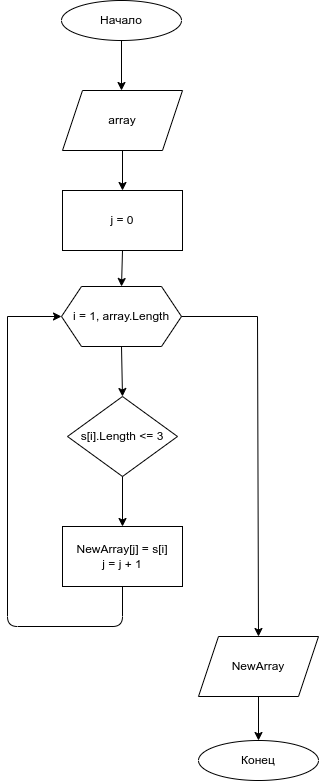
Above: BlockDiagram.drawio.png in dtnfktu/FirstQuarterControlWork (draw.io), before the change. Source tidied: cells renumbered, new cells last; positions are measured from the earlier drawing's top-left corner, leaving out a move shared by most shapes. Its diagram source:
```xml
<mxGraphModel background="#ffffff" shadow="1">
  <root>
    <mxCell id="0" />
    <mxCell id="1" parent="0" />
    <mxCell id="2" value="i = 1, array.Length" style="shape=hexagon;perimeter=hexagonPerimeter2;whiteSpace=wrap;html=1;fixedSize=1;" parent="1" vertex="1">
      <mxGeometry x="54" y="286" width="120" height="60" as="geometry" />
    </mxCell>
    <mxCell id="3" value="s[i].Length &amp;lt;= 3" style="rhombus;whiteSpace=wrap;html=1;" parent="1" vertex="1">
      <mxGeometry x="60" y="396" width="110" height="80" as="geometry" />
    </mxCell>
    <mxCell id="4" value="NewArray[j] = s[i]&lt;br&gt;j = j + 1" style="rounded=0;whiteSpace=wrap;html=1;" parent="1" vertex="1">
      <mxGeometry x="55" y="526" width="120" height="60" as="geometry" />
    </mxCell>
    <mxCell id="5" style="endArrow=none;html=1;exitX=0.5;exitY=1;exitDx=0;exitDy=0;" parent="1" edge="1" source="4">
      <mxGeometry relative="1" as="geometry">
        <mxPoint y="316" as="targetPoint" />
        <Array as="points">
          <mxPoint x="115" y="626" />
          <mxPoint y="626" />
        </Array>
      </mxGeometry>
    </mxCell>
    <mxCell id="6" style="endArrow=classic;html=1;entryX=0;entryY=0.5;entryDx=0;entryDy=0;" parent="1" edge="1" target="2">
      <mxGeometry relative="1" as="geometry">
        <mxPoint y="316" as="sourcePoint" />
      </mxGeometry>
    </mxCell>
    <mxCell id="7" style="endArrow=classic;html=1;exitX=0.5;exitY=1;exitDx=0;exitDy=0;" parent="1" edge="1">
      <mxGeometry relative="1" as="geometry">
        <mxPoint x="114" y="40" as="sourcePoint" />
        <mxPoint x="114" y="90" as="targetPoint" />
      </mxGeometry>
    </mxCell>
    <mxCell id="8" style="endArrow=classic;html=1;exitX=0.5;exitY=1;exitDx=0;exitDy=0;entryX=0.5;entryY=0;entryDx=0;entryDy=0;" parent="1" edge="1" source="2" target="3">
      <mxGeometry relative="1" as="geometry" />
    </mxCell>
    <mxCell id="9" style="endArrow=classic;html=1;exitX=0.5;exitY=1;exitDx=0;exitDy=0;entryX=0.5;entryY=0;entryDx=0;entryDy=0;" parent="1" edge="1" source="3" target="4">
      <mxGeometry relative="1" as="geometry" />
    </mxCell>
    <mxCell id="10" style="endArrow=none;html=1;exitX=1;exitY=0.5;exitDx=0;exitDy=0;" parent="1" edge="1" source="2">
      <mxGeometry relative="1" as="geometry">
        <mxPoint x="250" y="316" as="targetPoint" />
      </mxGeometry>
    </mxCell>
    <mxCell id="11" value="NewArray" style="shape=parallelogram;perimeter=parallelogramPerimeter;whiteSpace=wrap;html=1;fixedSize=1;" parent="1" vertex="1">
      <mxGeometry x="191" y="636" width="120" height="60" as="geometry" />
    </mxCell>
    <mxCell id="12" style="endArrow=classic;html=1;entryX=0.5;entryY=0;entryDx=0;entryDy=0;" parent="1" edge="1" target="11">
      <mxGeometry relative="1" as="geometry">
        <mxPoint x="250" y="316" as="sourcePoint" />
      </mxGeometry>
    </mxCell>
    <mxCell id="13" value="Начало" style="ellipse;whiteSpace=wrap;html=1;" parent="1" vertex="1">
      <mxGeometry x="54" width="120" height="40" as="geometry" />
    </mxCell>
    <mxCell id="14" value="Конец" style="ellipse;whiteSpace=wrap;html=1;" parent="1" vertex="1">
      <mxGeometry x="191" y="740" width="120" height="40" as="geometry" />
    </mxCell>
    <mxCell id="15" style="endArrow=classic;html=1;exitX=0.5;exitY=1;exitDx=0;exitDy=0;entryX=0.5;entryY=0;entryDx=0;entryDy=0;" parent="1" edge="1" source="11" target="14">
      <mxGeometry relative="1" as="geometry" />
    </mxCell>
    <mxCell id="16" value="array" style="shape=parallelogram;perimeter=parallelogramPerimeter;whiteSpace=wrap;html=1;fixedSize=1;" parent="1" vertex="1">
      <mxGeometry x="55" y="90" width="120" height="60" as="geometry" />
    </mxCell>
    <mxCell id="17" style="endArrow=classic;html=1;exitX=0.5;exitY=1;exitDx=0;exitDy=0;" parent="1" edge="1" source="16">
      <mxGeometry relative="1" as="geometry">
        <mxPoint x="115" y="190" as="targetPoint" />
      </mxGeometry>
    </mxCell>
    <mxCell id="18" value="j = 0" style="rounded=0;whiteSpace=wrap;html=1;" parent="1" vertex="1">
      <mxGeometry x="55" y="190" width="120" height="60" as="geometry" />
    </mxCell>
    <mxCell id="19" style="endArrow=classic;html=1;exitX=0.5;exitY=1;exitDx=0;exitDy=0;entryX=0.5;entryY=0;entryDx=0;entryDy=0;" parent="1" edge="1" source="18" target="2">
      <mxGeometry relative="1" as="geometry" />
    </mxCell>
  </root>
</mxGraphModel>
```
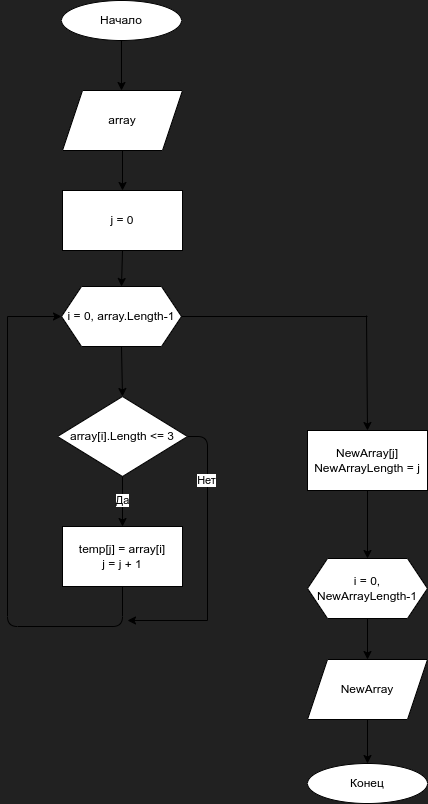
The same file after the commit.

Commit message:
Diagram and program updated

Diff of the diagram source:
```diff
@@ -1,14 +1,14 @@
-<mxGraphModel background="#ffffff" shadow="1">
+<mxGraphModel background="#212121" shadow="1">
   <root>
     <mxCell id="0" />
     <mxCell id="1" parent="0" />
-    <mxCell id="2" value="i = 1, array.Length" style="shape=hexagon;perimeter=hexagonPerimeter2;whiteSpace=wrap;html=1;fixedSize=1;" parent="1" vertex="1">
+    <mxCell id="2" value="i = 0, array.Length-1" style="shape=hexagon;perimeter=hexagonPerimeter2;whiteSpace=wrap;html=1;fixedSize=1;" parent="1" vertex="1">
       <mxGeometry x="54" y="286" width="120" height="60" as="geometry" />
     </mxCell>
-    <mxCell id="3" value="s[i].Length &amp;lt;= 3" style="rhombus;whiteSpace=wrap;html=1;" parent="1" vertex="1">
-      <mxGeometry x="60" y="396" width="110" height="80" as="geometry" />
+    <mxCell id="3" value="array[i].Length &amp;lt;= 3" style="rhombus;whiteSpace=wrap;html=1;" parent="1" vertex="1">
+      <mxGeometry x="50" y="396" width="130" height="80" as="geometry" />
     </mxCell>
-    <mxCell id="4" value="NewArray[j] = s[i]&lt;br&gt;j = j + 1" style="rounded=0;whiteSpace=wrap;html=1;" parent="1" vertex="1">
+    <mxCell id="4" value="temp[j] = array[i]&lt;br&gt;j = j + 1" style="rounded=0;whiteSpace=wrap;html=1;" parent="1" vertex="1">
       <mxGeometry x="55" y="526" width="120" height="60" as="geometry" />
     </mxCell>
     <mxCell id="5" style="endArrow=none;html=1;exitX=0.5;exitY=1;exitDx=0;exitDy=0;" parent="1" edge="1" source="4">
@@ -37,24 +37,24 @@
     <mxCell id="9" style="endArrow=classic;html=1;exitX=0.5;exitY=1;exitDx=0;exitDy=0;entryX=0.5;entryY=0;entryDx=0;entryDy=0;" parent="1" edge="1" source="3" target="4">
       <mxGeometry relative="1" as="geometry" />
     </mxCell>
+    <mxCell id="20" value="Да" style="edgeLabel;html=1;align=center;verticalAlign=middle;" parent="9" vertex="1">
+      <mxGeometry x="0.38" y="1" relative="1" as="geometry">
+        <mxPoint x="-1" y="-11" as="offset" />
+      </mxGeometry>
+    </mxCell>
     <mxCell id="10" style="endArrow=none;html=1;exitX=1;exitY=0.5;exitDx=0;exitDy=0;" parent="1" edge="1" source="2">
       <mxGeometry relative="1" as="geometry">
-        <mxPoint x="250" y="316" as="targetPoint" />
+        <mxPoint x="360" y="316" as="targetPoint" />
       </mxGeometry>
     </mxCell>
     <mxCell id="11" value="NewArray" style="shape=parallelogram;perimeter=parallelogramPerimeter;whiteSpace=wrap;html=1;fixedSize=1;" parent="1" vertex="1">
-      <mxGeometry x="191" y="636" width="120" height="60" as="geometry" />
+      <mxGeometry x="300" y="659" width="120" height="60" as="geometry" />
     </mxCell>
-    <mxCell id="12" style="endArrow=classic;html=1;entryX=0.5;entryY=0;entryDx=0;entryDy=0;" parent="1" edge="1" target="11">
-      <mxGeometry relative="1" as="geometry">
-        <mxPoint x="250" y="316" as="sourcePoint" />
-      </mxGeometry>
-    </mxCell>
     <mxCell id="13" value="Начало" style="ellipse;whiteSpace=wrap;html=1;" parent="1" vertex="1">
       <mxGeometry x="54" width="120" height="40" as="geometry" />
     </mxCell>
     <mxCell id="14" value="Конец" style="ellipse;whiteSpace=wrap;html=1;" parent="1" vertex="1">
-      <mxGeometry x="191" y="740" width="120" height="40" as="geometry" />
+      <mxGeometry x="300" y="763" width="120" height="40" as="geometry" />
     </mxCell>
     <mxCell id="15" style="endArrow=classic;html=1;exitX=0.5;exitY=1;exitDx=0;exitDy=0;entryX=0.5;entryY=0;entryDx=0;entryDy=0;" parent="1" edge="1" source="11" target="14">
       <mxGeometry relative="1" as="geometry" />
@@ -73,5 +73,39 @@
     <mxCell id="19" style="endArrow=classic;html=1;exitX=0.5;exitY=1;exitDx=0;exitDy=0;entryX=0.5;entryY=0;entryDx=0;entryDy=0;" parent="1" edge="1" source="18" target="2">
       <mxGeometry relative="1" as="geometry" />
     </mxCell>
+    <mxCell id="21" style="endArrow=none;html=1;exitX=1;exitY=0.5;exitDx=0;exitDy=0;" parent="1" edge="1" source="3">
+      <mxGeometry relative="1" as="geometry">
+        <mxPoint x="200" y="620" as="targetPoint" />
+        <Array as="points">
+          <mxPoint x="200" y="436" />
+        </Array>
+      </mxGeometry>
+    </mxCell>
+    <mxCell id="22" value="Нет" style="edgeLabel;html=1;align=center;verticalAlign=middle;" parent="21" vertex="1">
+      <mxGeometry x="-0.38" y="-1" relative="1" as="geometry" />
+    </mxCell>
+    <mxCell id="23" style="endArrow=classic;html=1;" parent="1" edge="1">
+      <mxGeometry relative="1" as="geometry">
+        <mxPoint x="200" y="620" as="sourcePoint" />
+        <mxPoint x="120" y="620" as="targetPoint" />
+      </mxGeometry>
+    </mxCell>
+    <mxCell id="24" value="i = 0, NewArrayLength-1" style="shape=hexagon;perimeter=hexagonPerimeter2;whiteSpace=wrap;html=1;fixedSize=1;" parent="1" vertex="1">
+      <mxGeometry x="300" y="558" width="120" height="60" as="geometry" />
+    </mxCell>
+    <mxCell id="25" style="endArrow=classic;html=1;entryX=0.5;entryY=0;entryDx=0;entryDy=0;" parent="1" edge="1" target="26">
+      <mxGeometry relative="1" as="geometry">
+        <mxPoint x="359" y="315" as="sourcePoint" />
+      </mxGeometry>
+    </mxCell>
+    <mxCell id="26" value="NewArray[j]&lt;br&gt;NewArrayLength = j" style="rounded=0;whiteSpace=wrap;html=1;" parent="1" vertex="1">
+      <mxGeometry x="300" y="430" width="120" height="60" as="geometry" />
+    </mxCell>
+    <mxCell id="27" style="endArrow=classic;html=1;exitX=0.5;exitY=1;exitDx=0;exitDy=0;entryX=0.5;entryY=0;entryDx=0;entryDy=0;" parent="1" edge="1" source="26" target="24">
+      <mxGeometry relative="1" as="geometry" />
+    </mxCell>
+    <mxCell id="28" style="endArrow=classic;html=1;exitX=0.5;exitY=1;exitDx=0;exitDy=0;entryX=0.5;entryY=0;entryDx=0;entryDy=0;" parent="1" edge="1" source="24" target="11">
+      <mxGeometry relative="1" as="geometry" />
+    </mxCell>
   </root>
 </mxGraphModel>
```
